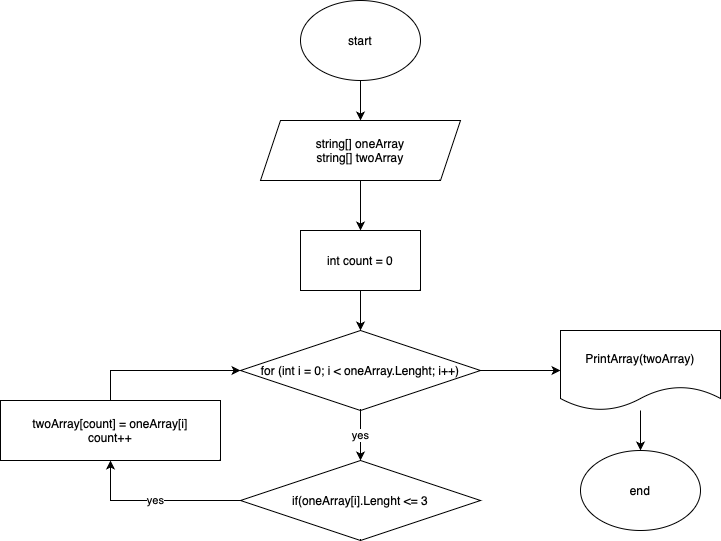
The draw.io diagram Диаграмма без названия.drawio.png in Vadim16234/finish_blok, before a commit. Source tidied: cells renumbered, new cells last; positions are measured from the earlier drawing's top-left corner, leaving out a move shared by most shapes. Source of this version:
```xml
<mxGraphModel>
  <root>
    <mxCell id="0" />
    <mxCell id="1" parent="0" />
    <mxCell id="2" style="edgeStyle=orthogonalEdgeStyle;rounded=0;jettySize=auto;html=1;entryX=0.5;entryY=0;entryDx=0;entryDy=0;" parent="1" edge="1" source="3" target="5">
      <mxGeometry relative="1" as="geometry" />
    </mxCell>
    <mxCell id="3" value="start" style="ellipse;whiteSpace=wrap;html=1;" parent="1" vertex="1">
      <mxGeometry x="300" width="120" height="80" as="geometry" />
    </mxCell>
    <mxCell id="4" style="edgeStyle=orthogonalEdgeStyle;rounded=0;jettySize=auto;html=1;entryX=0.5;entryY=0;entryDx=0;entryDy=0;" parent="1" edge="1" source="5" target="7">
      <mxGeometry relative="1" as="geometry" />
    </mxCell>
    <mxCell id="5" value="string[] oneArray&lt;br&gt;string[] twoArray" style="shape=parallelogram;perimeter=parallelogramPerimeter;whiteSpace=wrap;html=1;fixedSize=1;" parent="1" vertex="1">
      <mxGeometry x="260" y="120" width="200" height="60" as="geometry" />
    </mxCell>
    <mxCell id="6" style="edgeStyle=orthogonalEdgeStyle;rounded=0;jettySize=auto;html=1;entryX=0.5;entryY=0;entryDx=0;entryDy=0;" parent="1" edge="1" source="7" target="10">
      <mxGeometry relative="1" as="geometry" />
    </mxCell>
    <mxCell id="7" value="int count = 0" style="rounded=0;whiteSpace=wrap;html=1;" parent="1" vertex="1">
      <mxGeometry x="300" y="230" width="120" height="60" as="geometry" />
    </mxCell>
    <mxCell id="8" value="yes" style="edgeStyle=orthogonalEdgeStyle;rounded=0;jettySize=auto;html=1;entryX=0.5;entryY=0;entryDx=0;entryDy=0;" parent="1" edge="1" source="10" target="12">
      <mxGeometry relative="1" as="geometry" />
    </mxCell>
    <mxCell id="9" style="edgeStyle=orthogonalEdgeStyle;rounded=0;jettySize=auto;html=1;entryX=0;entryY=0.5;entryDx=0;entryDy=0;" parent="1" edge="1" source="10" target="16">
      <mxGeometry relative="1" as="geometry" />
    </mxCell>
    <mxCell id="10" value="for (int i = 0; i &amp;lt; oneArray.Lenght; i++)" style="rhombus;whiteSpace=wrap;html=1;" parent="1" vertex="1">
      <mxGeometry x="240" y="330" width="240" height="80" as="geometry" />
    </mxCell>
    <mxCell id="11" value="yes" style="edgeStyle=orthogonalEdgeStyle;rounded=0;jettySize=auto;html=1;entryX=0.5;entryY=1;entryDx=0;entryDy=0;" parent="1" edge="1" source="12" target="14">
      <mxGeometry relative="1" as="geometry" />
    </mxCell>
    <mxCell id="12" value="if(oneArray[i].Lenght &amp;lt;= 3" style="rhombus;whiteSpace=wrap;html=1;" parent="1" vertex="1">
      <mxGeometry x="240" y="460" width="240" height="80" as="geometry" />
    </mxCell>
    <mxCell id="13" style="edgeStyle=orthogonalEdgeStyle;rounded=0;jettySize=auto;html=1;entryX=0;entryY=0.5;entryDx=0;entryDy=0;" parent="1" edge="1" source="14" target="10">
      <mxGeometry relative="1" as="geometry">
        <Array as="points">
          <mxPoint x="110" y="370" />
        </Array>
      </mxGeometry>
    </mxCell>
    <mxCell id="14" value="twoArray[count] = oneArray[i]&lt;br&gt;count++" style="rounded=0;whiteSpace=wrap;html=1;" parent="1" vertex="1">
      <mxGeometry y="400" width="220" height="60" as="geometry" />
    </mxCell>
    <mxCell id="15" style="edgeStyle=orthogonalEdgeStyle;rounded=0;jettySize=auto;html=1;entryX=0.5;entryY=0;entryDx=0;entryDy=0;" parent="1" edge="1" source="16" target="17">
      <mxGeometry relative="1" as="geometry" />
    </mxCell>
    <mxCell id="16" value="PrintArray(twoArray)" style="shape=document;whiteSpace=wrap;html=1;boundedLbl=1;" parent="1" vertex="1">
      <mxGeometry x="560" y="330" width="160" height="80" as="geometry" />
    </mxCell>
    <mxCell id="17" value="end" style="ellipse;whiteSpace=wrap;html=1;" parent="1" vertex="1">
      <mxGeometry x="580" y="450" width="120" height="80" as="geometry" />
    </mxCell>
  </root>
</mxGraphModel>
```
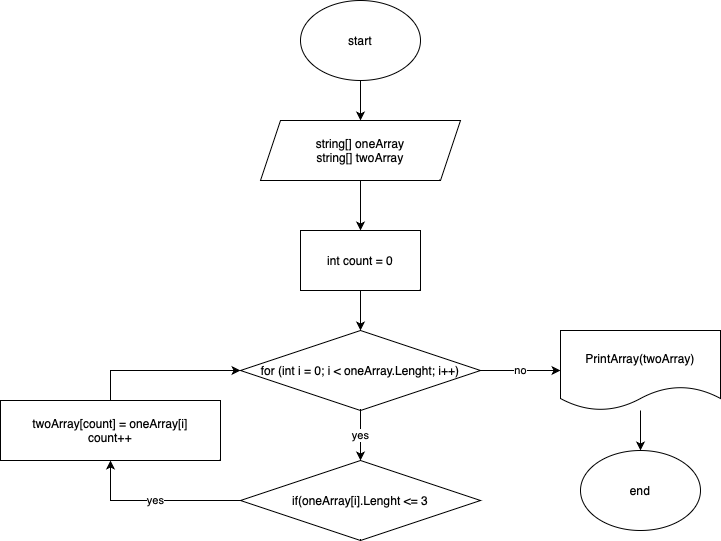
After the change.

What changed in the source:
```diff
@@ -23,7 +23,7 @@
     <mxCell id="8" value="yes" style="edgeStyle=orthogonalEdgeStyle;rounded=0;jettySize=auto;html=1;entryX=0.5;entryY=0;entryDx=0;entryDy=0;" parent="1" edge="1" source="10" target="12">
       <mxGeometry relative="1" as="geometry" />
     </mxCell>
-    <mxCell id="9" style="edgeStyle=orthogonalEdgeStyle;rounded=0;jettySize=auto;html=1;entryX=0;entryY=0.5;entryDx=0;entryDy=0;" parent="1" edge="1" source="10" target="16">
+    <mxCell id="9" value="no" style="edgeStyle=orthogonalEdgeStyle;rounded=0;jettySize=auto;html=1;entryX=0;entryY=0.5;entryDx=0;entryDy=0;" parent="1" edge="1" source="10" target="16">
       <mxGeometry relative="1" as="geometry" />
     </mxCell>
     <mxCell id="10" value="for (int i = 0; i &amp;lt; oneArray.Lenght; i++)" style="rhombus;whiteSpace=wrap;html=1;" parent="1" vertex="1">
```
